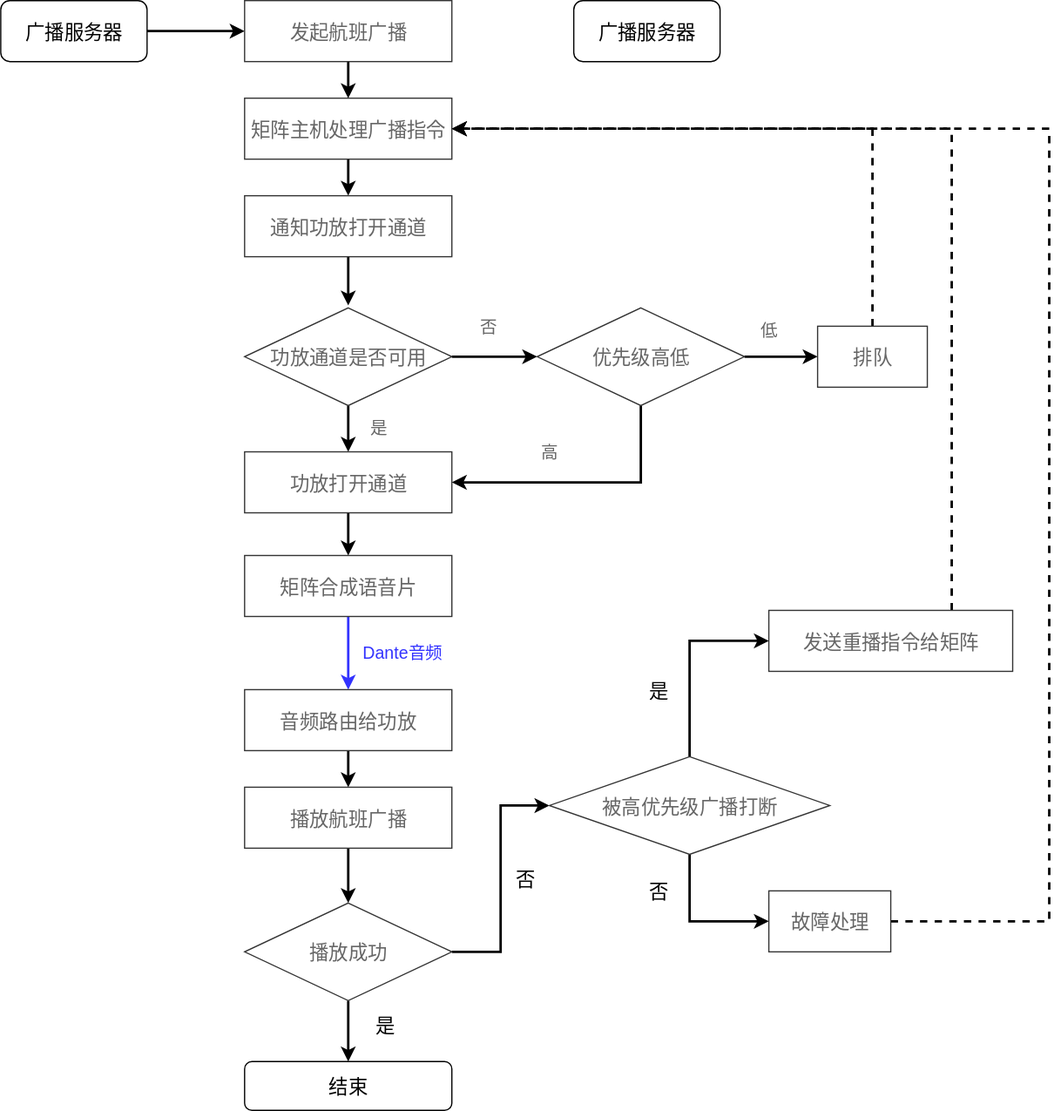
lisanpeng/draw keeps this draw.io diagram as 航班广播完整.svg. Above is the earlier version. Source tidied: cells renumbered, new cells last; positions are measured from the earlier drawing's top-left corner, leaving out a move shared by most shapes.
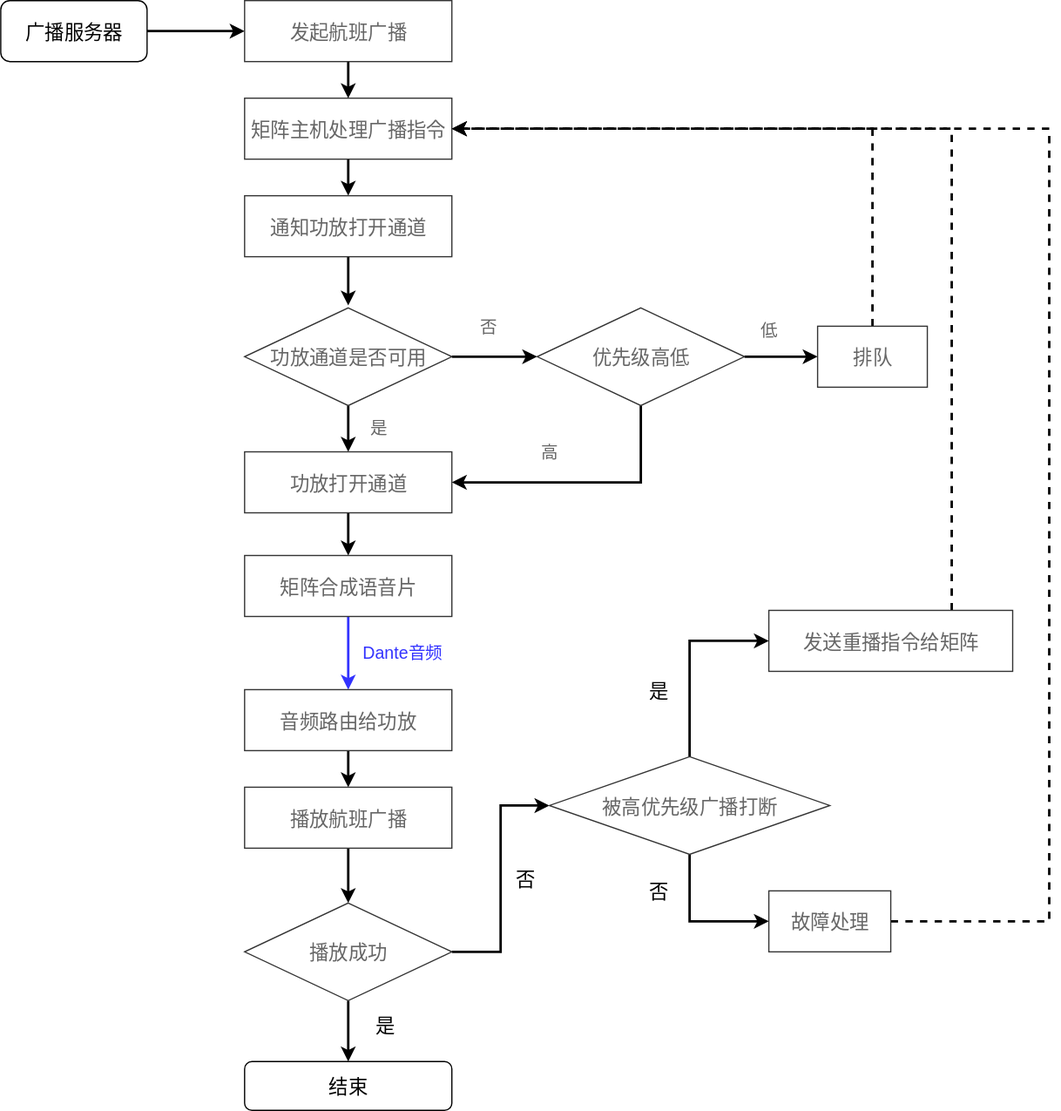
After the change.

Commit message:
Added 航班广播完整.svg

Change to the diagram source:
```diff
@@ -101,9 +101,6 @@
     <mxCell id="31" value="Dante音频" style="text;html=1;strokeColor=none;fillColor=none;align=center;verticalAlign=middle;whiteSpace=wrap;rounded=0;dashed=1;fontFamily=Helvetica;fontSize=14;fontColor=#3333FF;" parent="1" vertex="1">
       <mxGeometry x="295" y="524" width="70" height="20" as="geometry" />
     </mxCell>
-    <mxCell id="32" value="广播服务器" style="rounded=1;whiteSpace=wrap;html=1;shadow=0;labelBackgroundColor=none;strokeColor=#000000;strokeWidth=1;fillColor=#ffffff;fontFamily=Helvetica;fontSize=16;fontColor=#000000;align=center;" parent="1" vertex="1">
-      <mxGeometry x="470" width="120" height="50" as="geometry" />
-    </mxCell>
     <mxCell id="33" style="edgeStyle=orthogonalEdgeStyle;rounded=0;html=1;exitX=0.5;exitY=1;entryX=0.5;entryY=0;jettySize=auto;strokeColor=#000000;strokeWidth=2;fontFamily=Helvetica;fontSize=16;fontColor=#000000;" parent="1" edge="1" source="35" target="7">
       <mxGeometry relative="1" as="geometry" />
     </mxCell>
```
